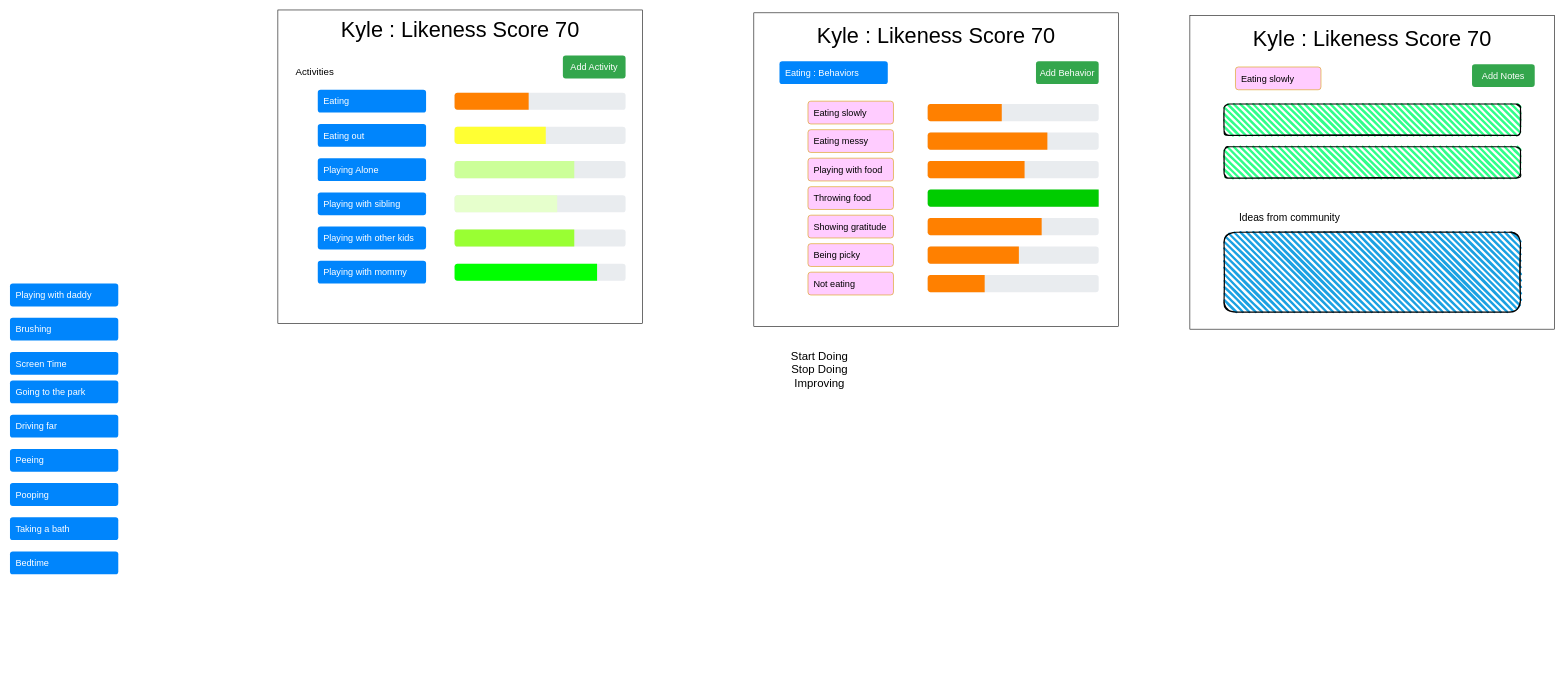
quanhd/likeyourkid keeps this draw.io diagram as use_cases.drawio. Above is the earlier version. Source tidied: cells renumbered, new cells numbered last; positions are measured from the earlier drawing's top-left corner, leaving out a move shared by most shapes. Both pictures are drawn from the tidied source at 57%, with x=0, y=0 at pixel (10, 10).
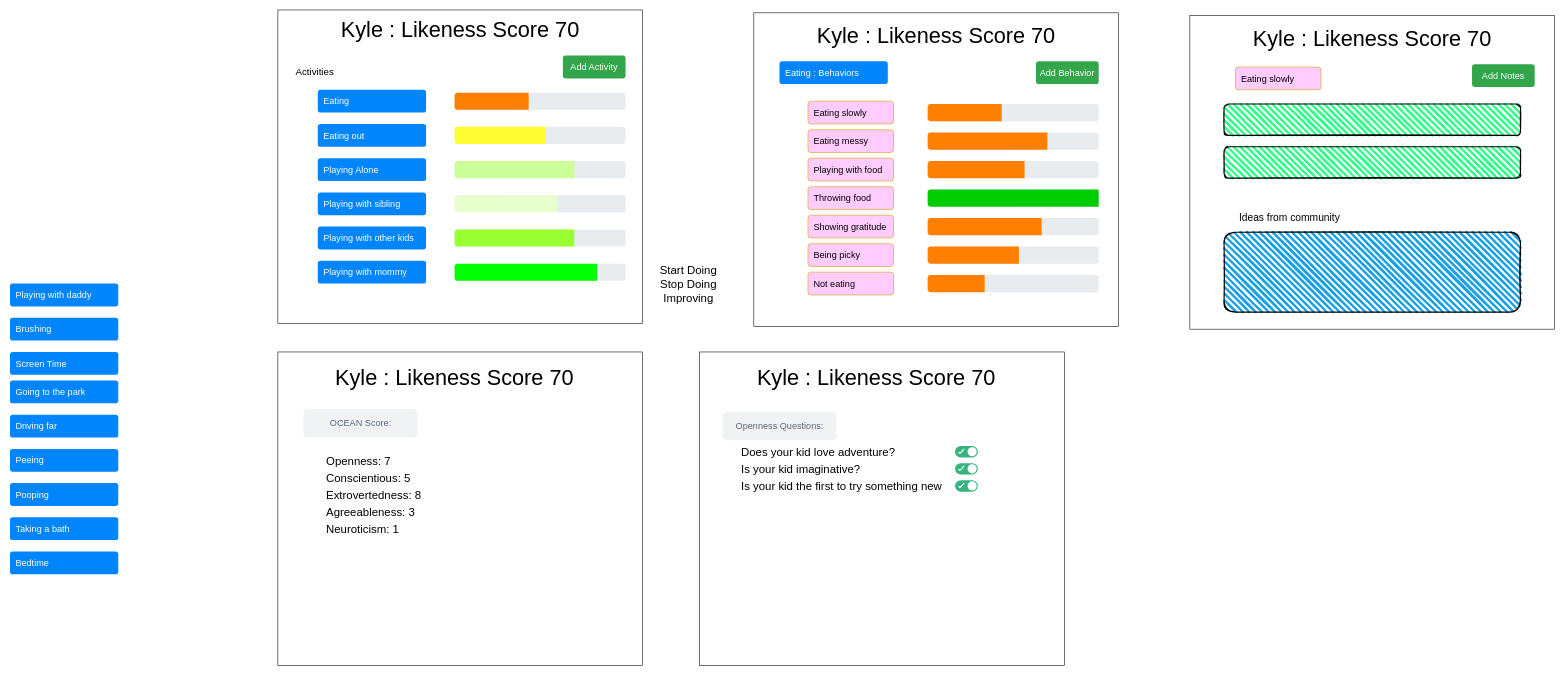
After the change.

What changed in the source:
```diff
@@
     <mxCell id="66" value="Start Doing&lt;br style=&quot;font-size: 20px;&quot;&gt;Stop Doing&lt;br style=&quot;font-size: 20px;&quot;&gt;Improving" style="text;html=1;align=center;verticalAlign=middle;strokeColor=none;fontSize=20;" parent="1" vertex="1">
-      <mxGeometry x="1360" y="590" width="120" height="80" as="geometry" />
+      <mxGeometry x="1130" y="440" width="120" height="80" as="geometry" />
     </mxCell>
+    <mxCell id="67" style="rounded=0;whiteSpace=wrap;html=1;" parent="1" vertex="1">
+      <mxGeometry x="470" y="600" width="640" height="550" as="geometry" />
+    </mxCell>
+    <mxCell id="68" value="Kyle : Likeness Score 70" style="text;html=1;strokeColor=none;fillColor=none;align=center;verticalAlign=middle;whiteSpace=wrap;rounded=0;fontSize=38;" parent="1" vertex="1">
+      <mxGeometry x="555" y="620" width="450" height="50" as="geometry" />
+    </mxCell>
+    <mxCell id="69" value="OCEAN Score:" style="rounded=1;align=center;fillColor=#F1F2F4;strokeColor=none;html=1;fontColor=#596780;fontSize=16;" parent="1" vertex="1">
+      <mxGeometry x="515" y="700" width="200" height="50" as="geometry" />
+    </mxCell>
+    <mxCell id="70" value="Openness: 7" style="text;html=1;strokeColor=none;fillColor=none;align=left;verticalAlign=middle;whiteSpace=wrap;rounded=0;fontSize=20;spacingLeft=6;" parent="1" vertex="1">
+      <mxGeometry x="547" y="780" width="285" height="20" as="geometry" />
+    </mxCell>
+    <mxCell id="71" value="Conscientious: 5" style="text;html=1;strokeColor=none;fillColor=none;align=left;verticalAlign=middle;whiteSpace=wrap;rounded=0;fontSize=20;spacingLeft=6;" parent="1" vertex="1">
+      <mxGeometry x="547" y="810" width="285" height="20" as="geometry" />
+    </mxCell>
+    <mxCell id="72" value="Extrovertedness: 8" style="text;html=1;strokeColor=none;fillColor=none;align=left;verticalAlign=middle;whiteSpace=wrap;rounded=0;fontSize=20;spacingLeft=6;" parent="1" vertex="1">
+      <mxGeometry x="547" y="840" width="285" height="20" as="geometry" />
+    </mxCell>
+    <mxCell id="73" value="Agreeableness: 3" style="text;html=1;strokeColor=none;fillColor=none;align=left;verticalAlign=middle;whiteSpace=wrap;rounded=0;fontSize=20;spacingLeft=6;" parent="1" vertex="1">
+      <mxGeometry x="547" y="870" width="285" height="20" as="geometry" />
+    </mxCell>
+    <mxCell id="74" value="Neuroticism: 1" style="text;html=1;strokeColor=none;fillColor=none;align=left;verticalAlign=middle;whiteSpace=wrap;rounded=0;fontSize=20;spacingLeft=6;" parent="1" vertex="1">
+      <mxGeometry x="547" y="900" width="285" height="20" as="geometry" />
+    </mxCell>
+    <mxCell id="75" style="rounded=0;whiteSpace=wrap;html=1;" parent="1" vertex="1">
+      <mxGeometry x="1210" y="600" width="640" height="550" as="geometry" />
+    </mxCell>
+    <mxCell id="76" value="Kyle : Likeness Score 70" style="text;html=1;strokeColor=none;fillColor=none;align=center;verticalAlign=middle;whiteSpace=wrap;rounded=0;fontSize=38;" parent="1" vertex="1">
+      <mxGeometry x="1295" y="620" width="450" height="50" as="geometry" />
+    </mxCell>
+    <mxCell id="77" value="Openness Questions:" style="rounded=1;align=center;fillColor=#F1F2F4;strokeColor=none;html=1;fontColor=#596780;fontSize=16;" parent="1" vertex="1">
+      <mxGeometry x="1250" y="705" width="200" height="50" as="geometry" />
+    </mxCell>
+    <mxCell id="78" style="fillColor=#36B37E;strokeColor=none;rounded=1;arcSize=50;fontSize=20;" parent="1" vertex="1">
+      <mxGeometry x="1658" y="765" width="40" height="20" as="geometry" />
+    </mxCell>
+    <mxCell id="79" style="shape=ellipse;strokeColor=none;fillColor=#ffffff;" parent="78" vertex="1">
+      <mxGeometry x="1" y="0.5" width="16" height="16" relative="1" as="geometry">
+        <mxPoint x="-18" y="-8" as="offset" />
+      </mxGeometry>
+    </mxCell>
+    <mxCell id="80" style="html=1;shadow=0;dashed=0;shape=mxgraph.atlassian.check;strokeColor=#ffffff;strokeWidth=2;" parent="78" vertex="1">
+      <mxGeometry y="0.5" width="10" height="8" relative="1" as="geometry">
+        <mxPoint x="6" y="-5" as="offset" />
+      </mxGeometry>
+    </mxCell>
+    <mxCell id="81" value="Does your kid love adventure?" style="text;html=1;strokeColor=none;fillColor=none;align=left;verticalAlign=middle;whiteSpace=wrap;rounded=0;fontSize=20;spacingLeft=6;" parent="1" vertex="1">
+      <mxGeometry x="1275" y="765" width="285" height="20" as="geometry" />
+    </mxCell>
+    <mxCell id="82" style="fillColor=#36B37E;strokeColor=none;rounded=1;arcSize=50;fontSize=20;" parent="1" vertex="1">
+      <mxGeometry x="1658" y="795" width="40" height="20" as="geometry" />
+    </mxCell>
+    <mxCell id="83" style="shape=ellipse;strokeColor=none;fillColor=#ffffff;" parent="82" vertex="1">
+      <mxGeometry x="1" y="0.5" width="16" height="16" relative="1" as="geometry">
+        <mxPoint x="-18" y="-8" as="offset" />
+      </mxGeometry>
+    </mxCell>
+    <mxCell id="84" style="html=1;shadow=0;dashed=0;shape=mxgraph.atlassian.check;strokeColor=#ffffff;strokeWidth=2;" parent="82" vertex="1">
+      <mxGeometry y="0.5" width="10" height="8" relative="1" as="geometry">
+        <mxPoint x="6" y="-5" as="offset" />
+      </mxGeometry>
+    </mxCell>
+    <mxCell id="85" value="Is your kid imaginative?" style="text;html=1;strokeColor=none;fillColor=none;align=left;verticalAlign=middle;whiteSpace=wrap;rounded=0;fontSize=20;spacingLeft=6;" parent="1" vertex="1">
+      <mxGeometry x="1275" y="795" width="285" height="20" as="geometry" />
+    </mxCell>
+    <mxCell id="86" style="fillColor=#36B37E;strokeColor=none;rounded=1;arcSize=50;fontSize=20;" parent="1" vertex="1">
+      <mxGeometry x="1658" y="825" width="40" height="20" as="geometry" />
+    </mxCell>
+    <mxCell id="87" style="shape=ellipse;strokeColor=none;fillColor=#ffffff;" parent="86" vertex="1">
+      <mxGeometry x="1" y="0.5" width="16" height="16" relative="1" as="geometry">
+        <mxPoint x="-18" y="-8" as="offset" />
+      </mxGeometry>
+    </mxCell>
+    <mxCell id="88" style="html=1;shadow=0;dashed=0;shape=mxgraph.atlassian.check;strokeColor=#ffffff;strokeWidth=2;" parent="86" vertex="1">
+      <mxGeometry y="0.5" width="10" height="8" relative="1" as="geometry">
+        <mxPoint x="6" y="-5" as="offset" />
+      </mxGeometry>
+    </mxCell>
+    <mxCell id="89" value="Is your kid the first to try something new" style="text;html=1;strokeColor=none;fillColor=none;align=left;verticalAlign=middle;whiteSpace=wrap;rounded=0;fontSize=20;spacingLeft=6;" parent="1" vertex="1">
+      <mxGeometry x="1275" y="825" width="370" height="20" as="geometry" />
+    </mxCell>
```
